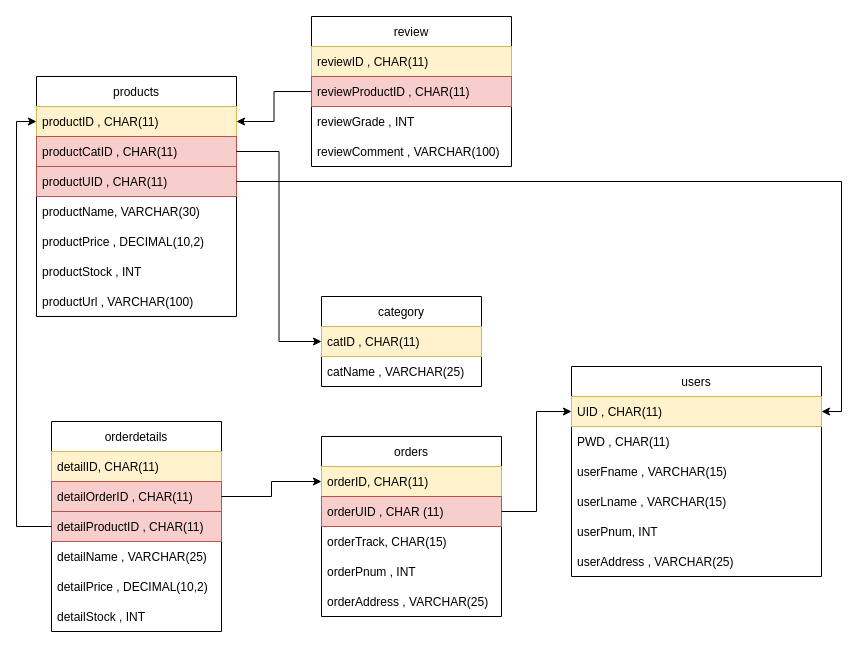
Earlier version of the draw.io diagram Charts/flowchart.drawio (AlexanderSelfors/D0018E). Source tidied: cells renumbered, new cells numbered last; positions are measured from the earlier drawing's top-left corner, leaving out a move shared by most shapes. Both pictures are drawn from the tidied source at 100%, with x=0, y=0 at pixel (36, 16).
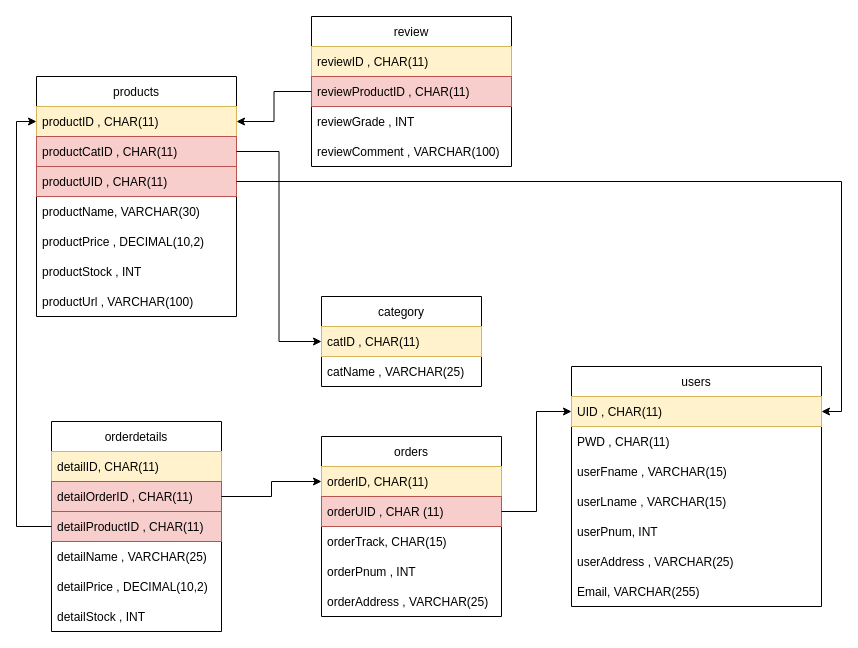
Above is the later version.

Change to the diagram source:
```diff
@@
     <mxCell id="2" value="users" style="swimlane;fontStyle=0;horizontal=1;startSize=30;" parent="1" vertex="1">
-      <mxGeometry x="535" y="350" width="250" height="210" as="geometry" />
+      <mxGeometry x="535" y="350" width="250" height="240" as="geometry" />
     </mxCell>
@@
+    <mxCell id="44" value="Email, VARCHAR(255)" style="text;strokeColor=none;fillColor=none;align=left;verticalAlign=middle;spacingLeft=4;spacingRight=4;overflow=hidden;" parent="2" vertex="1">
+      <mxGeometry y="210" width="250" height="30" as="geometry" />
+    </mxCell>
```
